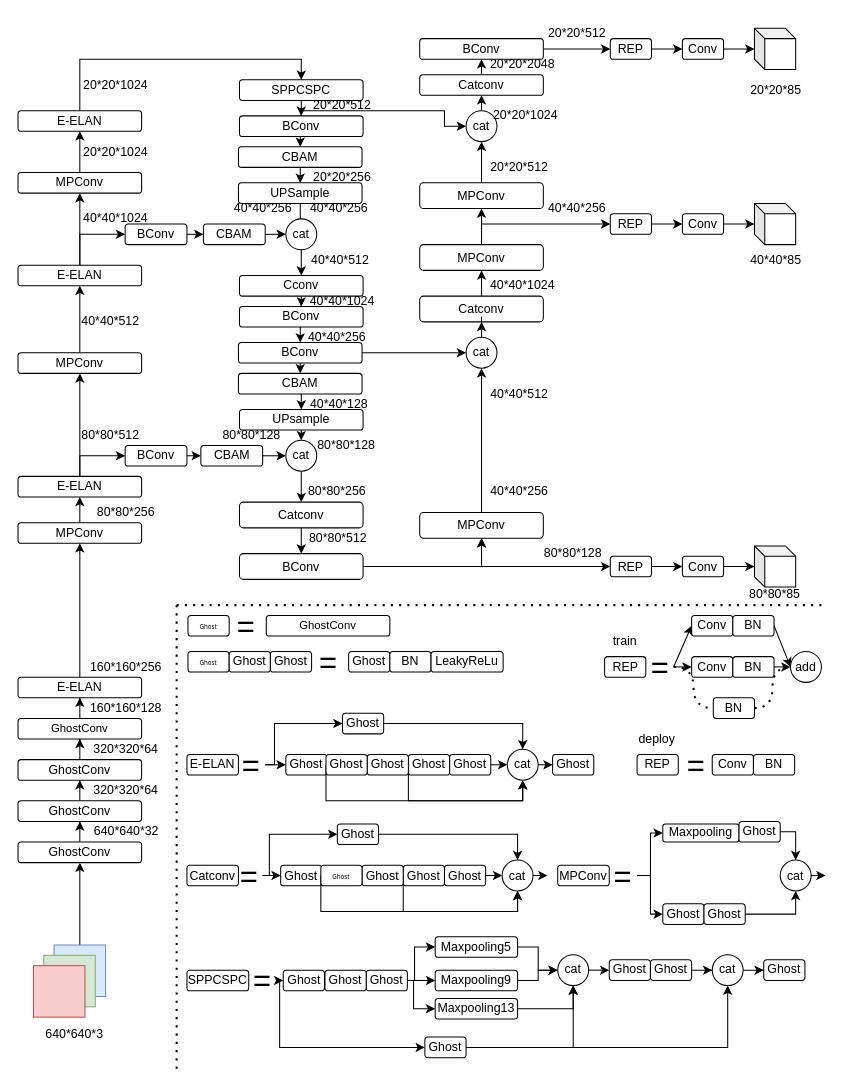
Earlier version of the draw.io diagram yolov7-xs3.drawio (YANGJUNYAN0715/papers). Source tidied: cells renumbered, new cells numbered last; positions are measured from the earlier drawing's top-left corner, leaving out a move shared by most shapes. Both pictures are drawn from the tidied source at 103%, with x=0, y=0 at pixel (18, 18).
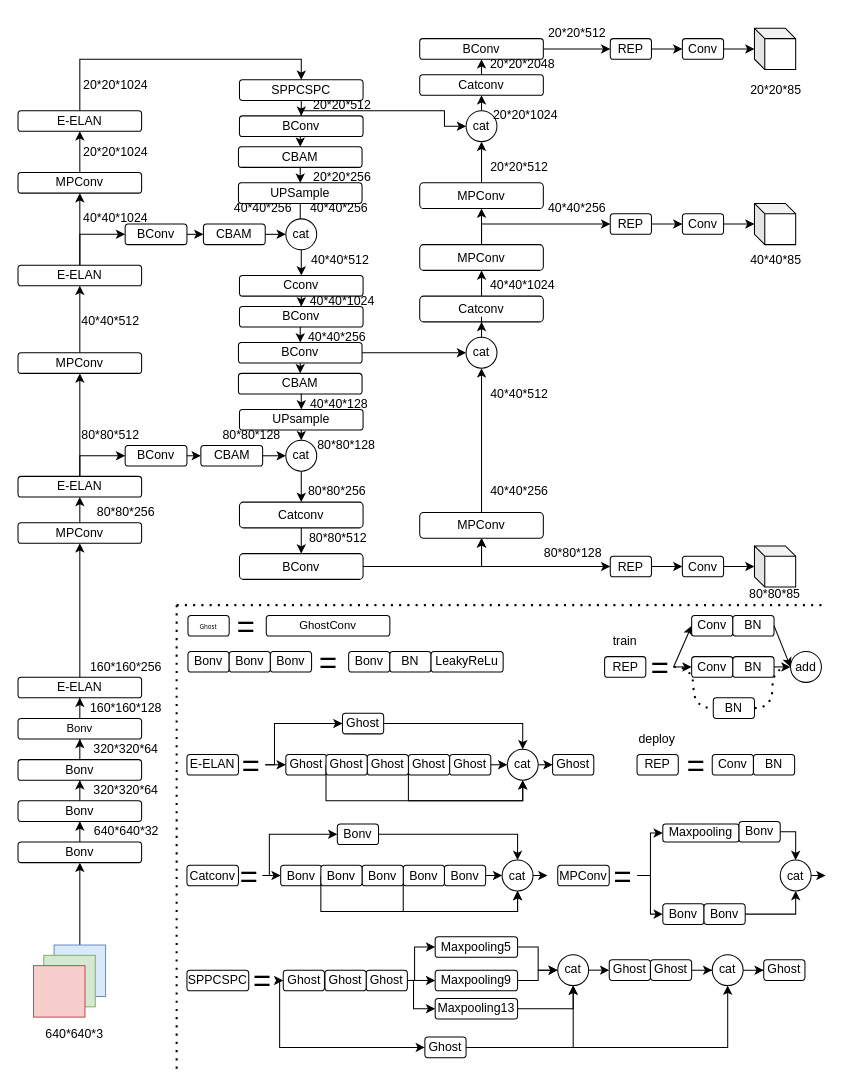
The same page after the edit.

The edit, as a diff of the source:
```diff
@@
-    <mxCell id="7" value="GhostConv" style="rounded=1;whiteSpace=wrap;html=1;" parent="1" vertex="1">
+    <mxCell id="7" value="Bonv" style="rounded=1;whiteSpace=wrap;html=1;" parent="1" vertex="1">
       <mxGeometry y="800" width="120" height="20" as="geometry" />
     </mxCell>
@@
-    <mxCell id="9" value="GhostConv" style="rounded=1;whiteSpace=wrap;html=1;" parent="1" vertex="1">
+    <mxCell id="9" value="Bonv" style="rounded=1;whiteSpace=wrap;html=1;" parent="1" vertex="1">
       <mxGeometry y="760" width="120" height="20" as="geometry" />
     </mxCell>
@@
-    <mxCell id="11" value="GhostConv" style="rounded=1;whiteSpace=wrap;html=1;" parent="1" vertex="1">
+    <mxCell id="11" value="Bonv" style="rounded=1;whiteSpace=wrap;html=1;" parent="1" vertex="1">
       <mxGeometry y="720" width="120" height="20" as="geometry" />
     </mxCell>
@@
-    <mxCell id="13" value="&lt;font style=&quot;font-size: 11px;&quot;&gt;GhostConv&lt;/font&gt;" style="rounded=1;whiteSpace=wrap;html=1;" parent="1" vertex="1">
+    <mxCell id="13" value="&lt;font style=&quot;font-size: 11px;&quot;&gt;Bonv&lt;/font&gt;" style="rounded=1;whiteSpace=wrap;html=1;" parent="1" vertex="1">
       <mxGeometry y="680" width="120" height="20" as="geometry" />
     </mxCell>
@@
-    <mxCell id="92" value="&lt;font face=&quot;Tahoma&quot; style=&quot;font-size: 6px;&quot;&gt;Ghost&lt;/font&gt;" style="rounded=1;whiteSpace=wrap;html=1;" parent="1" vertex="1">
+    <mxCell id="92" value="Bonv" style="rounded=1;whiteSpace=wrap;html=1;" parent="1" vertex="1">
       <mxGeometry x="165" y="615" width="40" height="20" as="geometry" />
     </mxCell>
-    <mxCell id="93" value="Ghost" style="rounded=1;whiteSpace=wrap;html=1;" parent="1" vertex="1">
+    <mxCell id="93" value="Bonv" style="rounded=1;whiteSpace=wrap;html=1;" parent="1" vertex="1">
       <mxGeometry x="205" y="615" width="40" height="20" as="geometry" />
     </mxCell>
-    <mxCell id="94" value="Ghost" style="rounded=1;whiteSpace=wrap;html=1;" parent="1" vertex="1">
+    <mxCell id="94" value="Bonv" style="rounded=1;whiteSpace=wrap;html=1;" parent="1" vertex="1">
       <mxGeometry x="245" y="615" width="40" height="20" as="geometry" />
     </mxCell>
-    <mxCell id="95" value="Ghost" style="rounded=1;whiteSpace=wrap;html=1;" parent="1" vertex="1">
+    <mxCell id="95" value="Bonv" style="rounded=1;whiteSpace=wrap;html=1;" parent="1" vertex="1">
       <mxGeometry x="321" y="615" width="40" height="20" as="geometry" />
     </mxCell>
@@
-    <mxCell id="113" value="Ghost" style="rounded=1;whiteSpace=wrap;html=1;" parent="1" vertex="1">
+    <mxCell id="113" value="Bonv" style="rounded=1;whiteSpace=wrap;html=1;" parent="1" vertex="1">
       <mxGeometry x="255" y="822.5" width="40" height="20" as="geometry" />
     </mxCell>
@@
-    <mxCell id="115" value="Ghost" style="rounded=1;whiteSpace=wrap;html=1;" parent="1" vertex="1">
+    <mxCell id="115" value="Bonv" style="rounded=1;whiteSpace=wrap;html=1;" parent="1" vertex="1">
       <mxGeometry x="310" y="782.5" width="40" height="20" as="geometry" />
     </mxCell>
@@
-    <mxCell id="117" value="Ghost" style="rounded=1;whiteSpace=wrap;html=1;" parent="1" vertex="1">
+    <mxCell id="117" value="Bonv" style="rounded=1;whiteSpace=wrap;html=1;" parent="1" vertex="1">
       <mxGeometry x="414" y="822.5" width="40" height="20" as="geometry" />
     </mxCell>
@@
-    <mxCell id="119" value="Ghost" style="rounded=1;whiteSpace=wrap;html=1;" parent="1" vertex="1">
+    <mxCell id="119" value="Bonv" style="rounded=1;whiteSpace=wrap;html=1;" parent="1" vertex="1">
       <mxGeometry x="374" y="822.5" width="40" height="20" as="geometry" />
     </mxCell>
-    <mxCell id="120" value="Ghost" style="rounded=1;whiteSpace=wrap;html=1;" parent="1" vertex="1">
+    <mxCell id="120" value="Bonv" style="rounded=1;whiteSpace=wrap;html=1;" parent="1" vertex="1">
       <mxGeometry x="334" y="822.5" width="40" height="20" as="geometry" />
     </mxCell>
@@
-    <mxCell id="122" value="&lt;p style=&quot;line-height: 120%;&quot;&gt;&lt;br&gt;&lt;span style=&quot;color: rgb(0, 0, 0); font-family: Tahoma; font-size: 6px; font-style: normal; font-variant-ligatures: normal; font-variant-caps: normal; font-weight: 400; letter-spacing: normal; orphans: 2; text-align: center; text-indent: 0px; text-transform: none; widows: 2; word-spacing: 0px; -webkit-text-stroke-width: 0px; background-color: rgb(251, 251, 251); text-decoration-thickness: initial; text-decoration-style: initial; text-decoration-color: initial; float: none; display: inline !important;&quot;&gt;Ghost&lt;/span&gt;&lt;br&gt;&lt;br&gt;&lt;/p&gt;" style="rounded=1;whiteSpace=wrap;html=1;" parent="1" vertex="1">
+    <mxCell id="122" value="&lt;p style=&quot;line-height: 120%;&quot;&gt;Bonv&lt;br&gt;&lt;/p&gt;" style="rounded=1;whiteSpace=wrap;html=1;" parent="1" vertex="1">
       <mxGeometry x="294" y="822.5" width="40" height="20" as="geometry" />
     </mxCell>
@@
-    <mxCell id="126" value="Ghost" style="rounded=1;whiteSpace=wrap;html=1;" parent="1" vertex="1">
+    <mxCell id="126" value="Bonv" style="rounded=1;whiteSpace=wrap;html=1;" parent="1" vertex="1">
       <mxGeometry x="626" y="860" width="40" height="20" as="geometry" />
     </mxCell>
@@
-    <mxCell id="129" value="Ghost" style="rounded=1;whiteSpace=wrap;html=1;" parent="1" vertex="1">
+    <mxCell id="129" value="Bonv" style="rounded=1;whiteSpace=wrap;html=1;" parent="1" vertex="1">
       <mxGeometry x="666" y="860" width="40" height="20" as="geometry" />
     </mxCell>
@@
-    <mxCell id="131" value="Ghost" style="rounded=1;whiteSpace=wrap;html=1;" parent="1" vertex="1">
+    <mxCell id="131" value="Bonv" style="rounded=1;whiteSpace=wrap;html=1;" parent="1" vertex="1">
       <mxGeometry x="700" y="780" width="40" height="20" as="geometry" />
     </mxCell>
```
